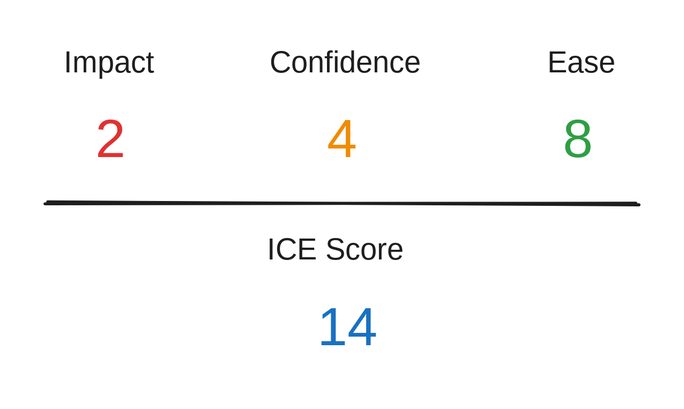
iphong/pf-docs keeps this Excalidraw diagram as .gitbook/assets/file.excalidraw (3).svg. Above is the earlier version. Source tidied: one line per element, renumbered; positions are measured from the earlier drawing's top-left corner, leaving out a move shared by most shapes.
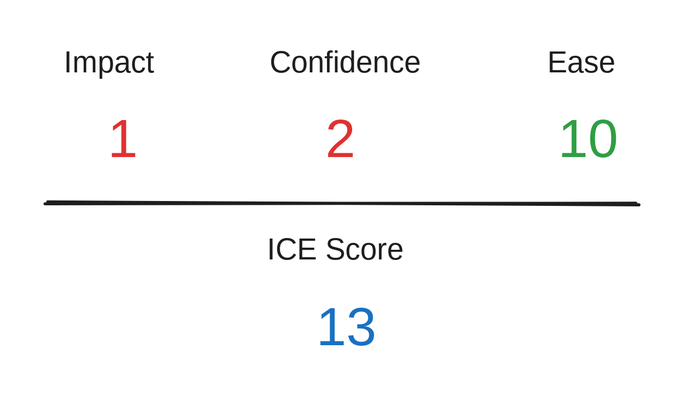
Later version of the same file.

Diff of the diagram source:
```diff
@@ -2,8 +2,8 @@
 {"id": 1, "type": "text", "text": "Impact", "strokeColor": "#1e1e1e", "strokeWidth": 2, "roughness": 1, "fontSize": 20, "fontFamily": 1, "x": 12, "y": 0, "width": 68, "height": 25}
 {"id": 2, "type": "text", "text": "Confidence", "strokeColor": "#1e1e1e", "strokeWidth": 2, "roughness": 1, "fontSize": 20, "fontFamily": 1, "x": 149, "y": 0, "width": 100, "height": 25}
 {"id": 3, "type": "text", "text": "Ease", "strokeColor": "#1e1e1e", "strokeWidth": 2, "roughness": 1, "fontSize": 20, "fontFamily": 1, "x": 334, "y": 0, "width": 49, "height": 25}
-{"id": 4, "type": "text", "text": "2", "strokeColor": "#e03131", "strokeWidth": 2, "roughness": 1, "fontSize": 36, "fontFamily": 1, "x": 33, "y": 42, "width": 26, "height": 45}
+{"id": 4, "type": "text", "text": "1", "strokeColor": "#e03131", "strokeWidth": 2, "roughness": 1, "fontSize": 36, "fontFamily": 1, "x": 41, "y": 42, "width": 10, "height": 45}
-{"id": 5, "type": "text", "text": "4", "strokeColor": "#f08c00", "strokeWidth": 2, "roughness": 1, "fontSize": 36, "fontFamily": 1, "x": 187, "y": 42, "width": 23, "height": 45}
+{"id": 5, "type": "text", "text": "2", "strokeColor": "#e03131", "strokeWidth": 2, "roughness": 1, "fontSize": 36, "fontFamily": 1, "x": 186, "y": 42, "width": 26, "height": 45}
-{"id": 6, "type": "text", "text": "8", "strokeColor": "#2f9e44", "strokeWidth": 2, "roughness": 1, "fontSize": 36, "fontFamily": 1, "x": 344, "y": 42, "width": 28, "height": 45}
+{"id": 6, "type": "text", "text": "10", "strokeColor": "#2f9e44", "strokeWidth": 2, "roughness": 1, "fontSize": 36, "fontFamily": 1, "x": 341, "y": 42, "width": 35, "height": 45}
 {"id": 7, "type": "text", "text": "ICE Score", "strokeColor": "#1e1e1e", "strokeWidth": 2, "roughness": 1, "fontSize": 20, "fontFamily": 1, "x": 147, "y": 124, "width": 100, "height": 25}
-{"id": 8, "type": "text", "text": "14", "strokeColor": "#1971c2", "strokeWidth": 2, "roughness": 1, "fontSize": 36, "fontFamily": 1, "x": 181, "y": 167, "width": 33, "height": 45}
+{"id": 8, "type": "text", "text": "13", "strokeColor": "#1971c2", "strokeWidth": 2, "roughness": 1, "fontSize": 36, "fontFamily": 1, "x": 180, "y": 167, "width": 34, "height": 45}
```
